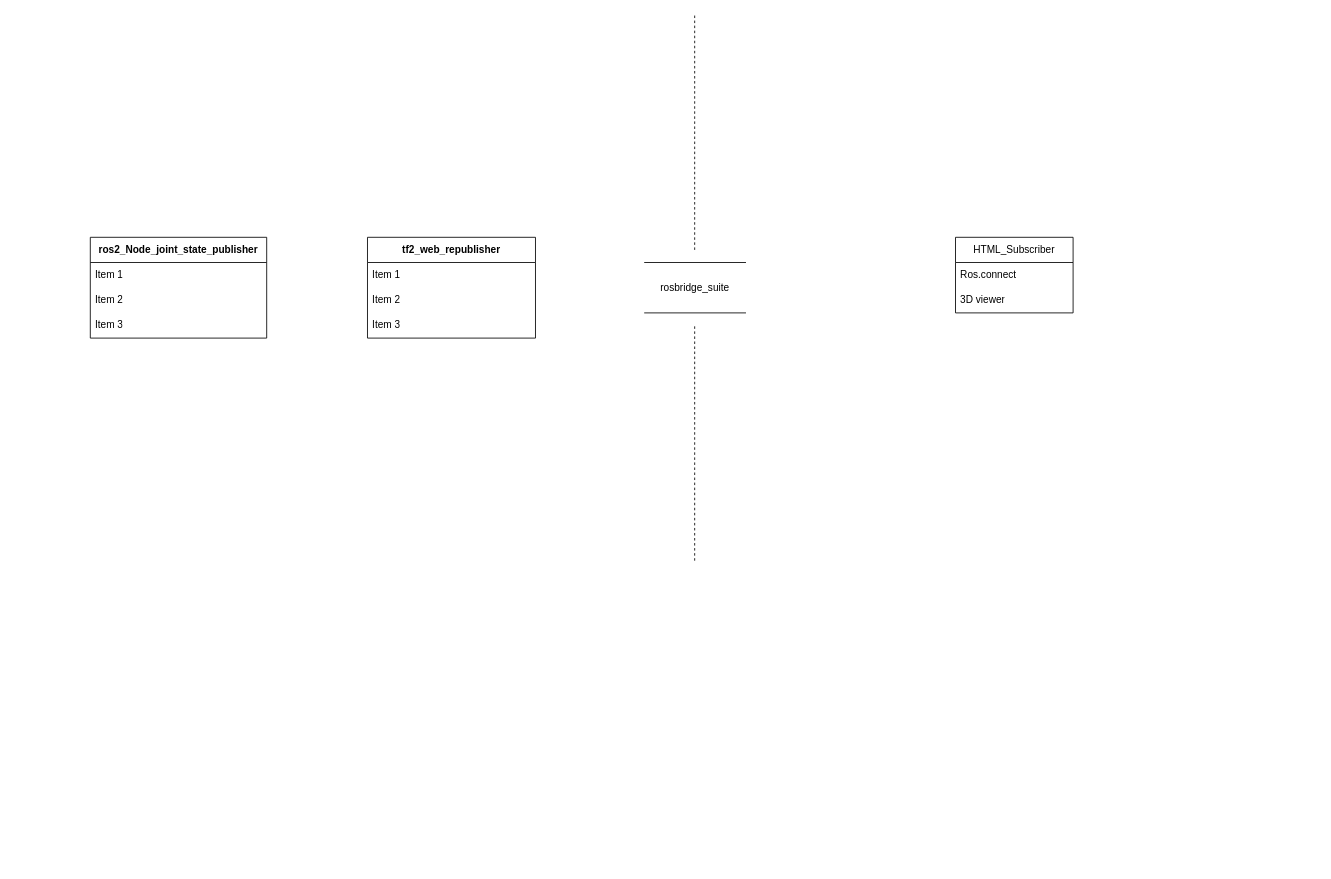
Earlier version of the draw.io diagram ROS2/Untitled Diagram.drawio (chuangyan132/MD_Note1). Source tidied: cells renumbered, new cells numbered last; positions are measured from the earlier drawing's top-left corner, leaving out a move shared by most shapes. Both pictures are drawn from the tidied source at 84%, with x=0, y=0 at pixel (90, 14).
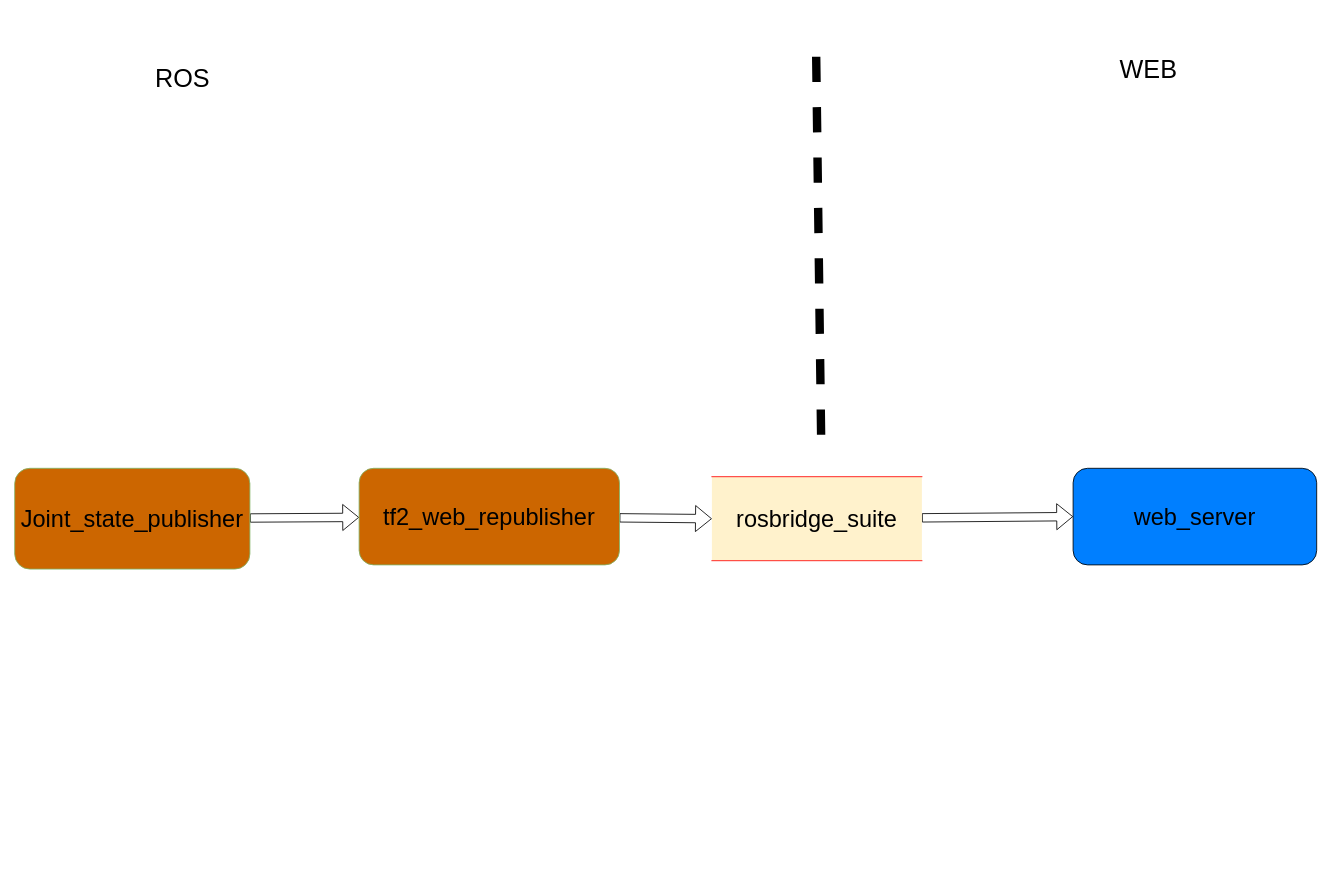
The same page after the edit.

Commit message:
Web_ros_structure

What changed in the source:
```diff
@@
 <mxGraphModel>
   <root>
     <mxCell id="0" />
     <mxCell id="1" parent="0" />
-    <mxCell id="2" value="&lt;b&gt;ros2_Node_joint_state_publisher&lt;/b&gt;" style="swimlane;fontStyle=0;horizontal=1;startSize=30;whiteSpace=wrap;html=1;" parent="1" vertex="1">
-      <mxGeometry y="265" width="210" height="120" as="geometry" />
-    </mxCell>
-    <mxCell id="3" value="Item 1" style="text;strokeColor=none;fillColor=none;align=left;verticalAlign=middle;spacingLeft=4;spacingRight=4;overflow=hidden;whiteSpace=wrap;html=1;" parent="2" vertex="1">
-      <mxGeometry y="30" width="210" height="30" as="geometry" />
-    </mxCell>
-    <mxCell id="4" value="Item 2" style="text;strokeColor=none;fillColor=none;align=left;verticalAlign=middle;spacingLeft=4;spacingRight=4;overflow=hidden;whiteSpace=wrap;html=1;" parent="2" vertex="1">
-      <mxGeometry y="60" width="210" height="30" as="geometry" />
-    </mxCell>
-    <mxCell id="5" value="Item 3" style="text;strokeColor=none;fillColor=none;align=left;verticalAlign=middle;spacingLeft=4;spacingRight=4;overflow=hidden;whiteSpace=wrap;html=1;" parent="2" vertex="1">
-      <mxGeometry y="90" width="210" height="30" as="geometry" />
-    </mxCell>
-    <mxCell id="6" value="HTML_Subscriber" style="swimlane;fontStyle=0;horizontal=1;startSize=30;whiteSpace=wrap;html=1;" parent="1" vertex="1">
-      <mxGeometry x="1030" y="265" width="140" height="90" as="geometry" />
-    </mxCell>
-    <mxCell id="7" value="Ros.connect" style="text;strokeColor=none;fillColor=none;align=left;verticalAlign=middle;spacingLeft=4;spacingRight=4;overflow=hidden;whiteSpace=wrap;html=1;" parent="6" vertex="1">
-      <mxGeometry y="30" width="140" height="30" as="geometry" />
-    </mxCell>
-    <mxCell id="8" value="3D viewer" style="text;strokeColor=none;fillColor=none;align=left;verticalAlign=middle;spacingLeft=4;spacingRight=4;overflow=hidden;whiteSpace=wrap;html=1;" parent="6" vertex="1">
-      <mxGeometry y="60" width="140" height="30" as="geometry" />
-    </mxCell>
-    <mxCell id="9" style="endArrow=none;dashed=1;html=1;rounded=0;" parent="1" edge="1">
-      <mxGeometry relative="1" as="geometry">
-        <mxPoint x="719.5" y="280" as="sourcePoint" />
-        <mxPoint x="719.5" as="targetPoint" />
-      </mxGeometry>
-    </mxCell>
+    <mxCell id="16" style="edgeStyle=none;rounded=0;jettySize=auto;html=1;entryX=0;entryY=0.5;entryDx=0;entryDy=0;shape=flexArrow;" parent="1" edge="1" source="10" target="20">
+      <mxGeometry relative="1" as="geometry" />
+    </mxCell>
-    <mxCell id="10" value="rosbridge_suite" style="shape=partialRectangle;whiteSpace=wrap;html=1;left=0;right=0;fillColor=none;" parent="1" vertex="1">
-      <mxGeometry x="660" y="295" width="120" height="60" as="geometry" />
+    <mxCell id="10" value="rosbridge_suite" style="shape=partialRectangle;whiteSpace=wrap;html=1;left=0;right=0;fillColor=#FFF2CC;fontSize=28;strokeColor=#FF0000;" parent="1" vertex="1">
+      <mxGeometry x="740" y="550" width="250" height="100" as="geometry" />
     </mxCell>
-    <mxCell id="11" style="endArrow=none;dashed=1;html=1;rounded=0;" parent="1" edge="1">
+    <mxCell id="11" style="endArrow=none;dashed=1;html=1;rounded=0;fontSize=28;" parent="1" edge="1">
       <mxGeometry relative="1" as="geometry">
-        <mxPoint x="719.5" y="650" as="sourcePoint" />
-        <mxPoint x="719.5" y="370" as="targetPoint" />
+        <mxPoint x="868.8" y="1010" as="sourcePoint" />
+        <mxPoint x="868.8" y="1010" as="targetPoint" />
       </mxGeometry>
     </mxCell>
+    <mxCell id="17" style="edgeStyle=none;rounded=0;jettySize=auto;html=1;shape=flexArrow;" parent="1" edge="1" source="18" target="12">
+      <mxGeometry relative="1" as="geometry" />
+    </mxCell>
+    <mxCell id="18" value="Joint_state_publisher" style="rounded=1;whiteSpace=wrap;html=1;fontSize=28;fillColor=#CC6600;strokeColor=#82b366;" parent="1" vertex="1">
+      <mxGeometry x="-90" y="540" width="280" height="120" as="geometry" />
+    </mxCell>
+    <mxCell id="19" style="edgeStyle=none;rounded=0;jettySize=auto;html=1;entryX=0;entryY=0.5;entryDx=0;entryDy=0;shape=flexArrow;" parent="1" edge="1" source="12" target="10">
+      <mxGeometry relative="1" as="geometry" />
+    </mxCell>
-    <mxCell id="12" value="&lt;b&gt;tf2_web_republisher&lt;/b&gt;" style="swimlane;fontStyle=0;horizontal=1;startSize=30;whiteSpace=wrap;html=1;" parent="1" vertex="1">
-      <mxGeometry x="330" y="265" width="200" height="120" as="geometry" />
+    <mxCell id="12" value="tf2_web_republisher" style="rounded=1;whiteSpace=wrap;html=1;fontSize=28;fillColor=#CC6600;strokeColor=#82b366;" parent="1" vertex="1">
+      <mxGeometry x="320" y="540" width="310" height="115" as="geometry" />
     </mxCell>
-    <mxCell id="13" value="Item 1" style="text;strokeColor=none;fillColor=none;align=left;verticalAlign=middle;spacingLeft=4;spacingRight=4;overflow=hidden;whiteSpace=wrap;html=1;" parent="12" vertex="1">
-      <mxGeometry y="30" width="200" height="30" as="geometry" />
-    </mxCell>
-    <mxCell id="14" value="Item 2" style="text;strokeColor=none;fillColor=none;align=left;verticalAlign=middle;spacingLeft=4;spacingRight=4;overflow=hidden;whiteSpace=wrap;html=1;" parent="12" vertex="1">
-      <mxGeometry y="60" width="200" height="30" as="geometry" />
-    </mxCell>
-    <mxCell id="15" value="Item 3" style="text;strokeColor=none;fillColor=none;align=left;verticalAlign=middle;spacingLeft=4;spacingRight=4;overflow=hidden;whiteSpace=wrap;html=1;" parent="12" vertex="1">
-      <mxGeometry y="90" width="200" height="30" as="geometry" />
-    </mxCell>
+    <mxCell id="20" value="web_server" style="rounded=1;whiteSpace=wrap;html=1;fontSize=28;fillColor=#007FFF;" parent="1" vertex="1">
+      <mxGeometry x="1170" y="540" width="290" height="115" as="geometry" />
+    </mxCell>
+    <mxCell id="21" style="endArrow=none;dashed=1;html=1;rounded=0;strokeWidth=10;" parent="1" edge="1">
+      <mxGeometry relative="1" as="geometry">
+        <mxPoint x="870" y="500" as="sourcePoint" />
+        <mxPoint x="863.9" y="30" as="targetPoint" />
+      </mxGeometry>
+    </mxCell>
+    <mxCell id="22" value="ROS" style="text;strokeColor=none;align=center;fillColor=none;html=1;verticalAlign=middle;whiteSpace=wrap;rounded=0;fontSize=30;" parent="1" vertex="1">
+      <mxGeometry x="80" y="60" width="60" height="30" as="geometry" />
+    </mxCell>
+    <mxCell id="23" value="WEB" style="text;strokeColor=none;align=center;fillColor=none;html=1;verticalAlign=middle;whiteSpace=wrap;rounded=0;fontSize=30;" parent="1" vertex="1">
+      <mxGeometry x="1230" y="50" width="60" height="30" as="geometry" />
+    </mxCell>
   </root>
 </mxGraphModel>
```
